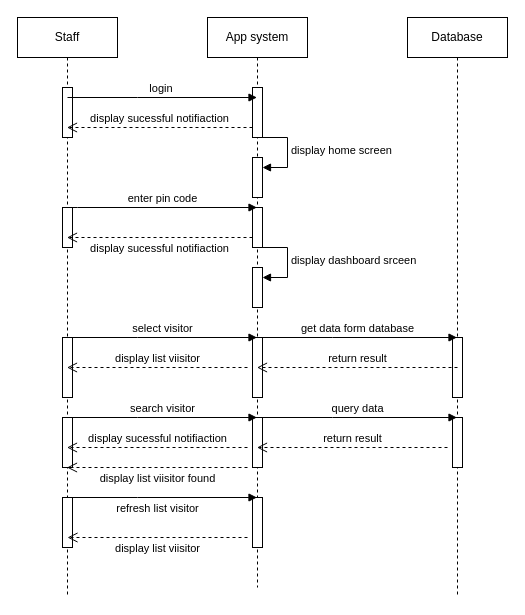
Before: page "Page-1" (1 of 3) of diagram/Sequence Diagram 2.drawio in duongminhthanh/app_system_management_visitor_for_old_aparment, a draw.io diagram. Source tidied: cells renumbered, new cells numbered last; positions are measured from the earlier drawing's top-left corner, leaving out a move shared by most shapes. Both pictures are drawn from the tidied source at 100%, with x=0, y=0 at pixel (17, 17).
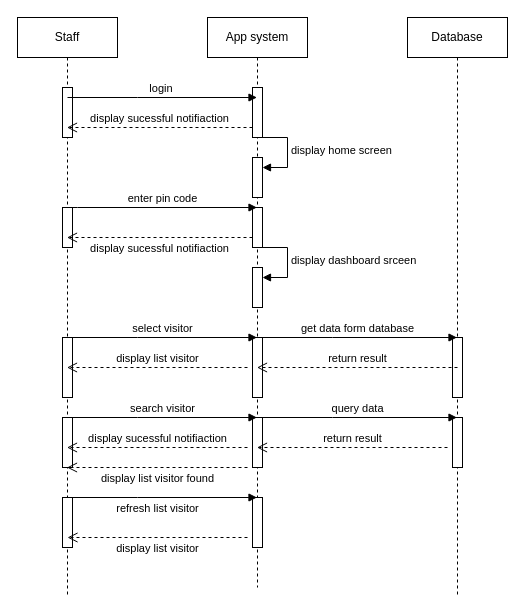
The same page after the edit.

The change refers to these unchanged cells:
```xml
<mxCell id="2" value="Staff" style="shape=umlLifeline;perimeter=lifelinePerimeter;whiteSpace=wrap;html=1;outlineConnect=0;portConstraint=eastwest;newEdgeStyle={&quot;edgeStyle&quot;:&quot;elbowEdgeStyle&quot;,&quot;elbow&quot;:&quot;vertical&quot;,&quot;curved&quot;:0,&quot;rounded&quot;:0};" parent="1" vertex="1">
  <mxGeometry width="100" height="580" as="geometry" />
</mxCell>
```

Change to the diagram source:
```diff
@@
-    <mxCell id="28" value="display list viisitor" style="html=1;verticalAlign=bottom;endArrow=open;dashed=1;endSize=8;edgeStyle=elbowEdgeStyle;elbow=vertical;curved=0;rounded=0;" parent="1" edge="1" target="2">
+    <mxCell id="28" value="display list visitor" style="html=1;verticalAlign=bottom;endArrow=open;dashed=1;endSize=8;edgeStyle=elbowEdgeStyle;elbow=vertical;curved=0;rounded=0;" parent="1" edge="1" target="2">
       <mxGeometry relative="1" as="geometry">
         <mxPoint x="230" y="350" as="sourcePoint" />
       </mxGeometry>
     </mxCell>
@@
-    <mxCell id="33" value="display list viisitor found" style="html=1;verticalAlign=bottom;endArrow=open;dashed=1;endSize=8;edgeStyle=elbowEdgeStyle;elbow=vertical;curved=0;rounded=0;" parent="1" edge="1" target="2">
+    <mxCell id="33" value="display list visitor found" style="html=1;verticalAlign=bottom;endArrow=open;dashed=1;endSize=8;edgeStyle=elbowEdgeStyle;elbow=vertical;curved=0;rounded=0;" parent="1" edge="1" target="2">
       <mxGeometry y="20" relative="1" as="geometry">
         <mxPoint x="230" y="450" as="sourcePoint" />
       </mxGeometry>
     </mxCell>
@@
-    <mxCell id="35" value="display list viisitor" style="html=1;verticalAlign=bottom;endArrow=open;dashed=1;endSize=8;edgeStyle=elbowEdgeStyle;elbow=vertical;curved=0;rounded=0;" parent="1" edge="1">
+    <mxCell id="35" value="display list visitor" style="html=1;verticalAlign=bottom;endArrow=open;dashed=1;endSize=8;edgeStyle=elbowEdgeStyle;elbow=vertical;curved=0;rounded=0;" parent="1" edge="1">
       <mxGeometry y="20" relative="1" as="geometry">
         <mxPoint x="230" y="520" as="sourcePoint" />
         <mxPoint x="50" y="520" as="targetPoint" />
       </mxGeometry>
     </mxCell>
```
